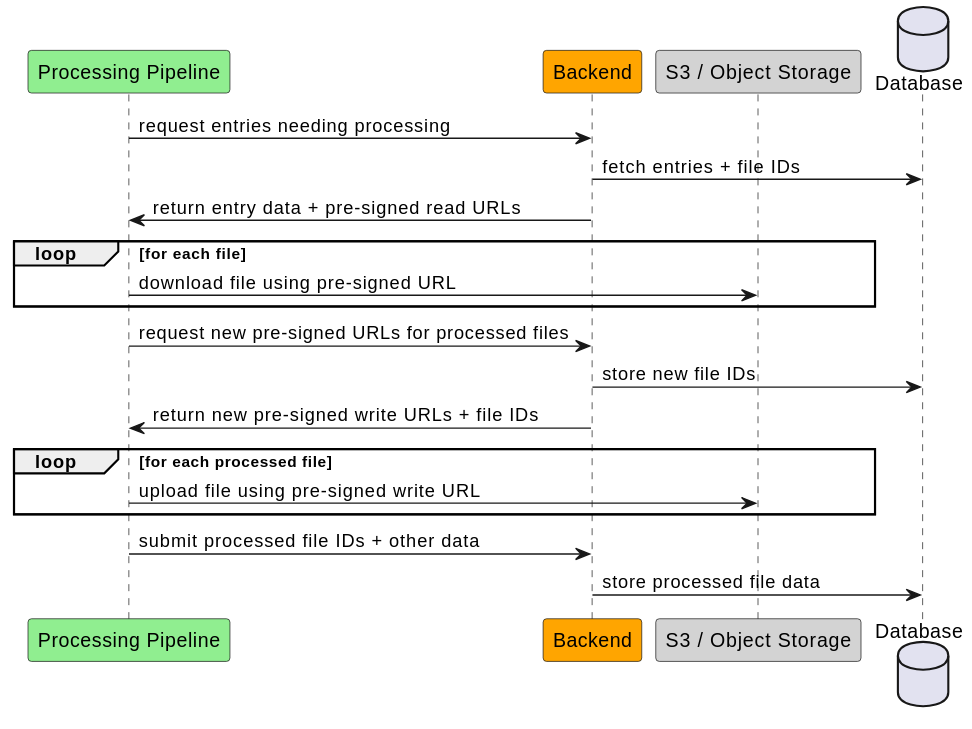
The PlantUML diagram backend/docs/plantuml/sequenceFileSharingPrepro.svg in loculus-project/loculus, before a commit.
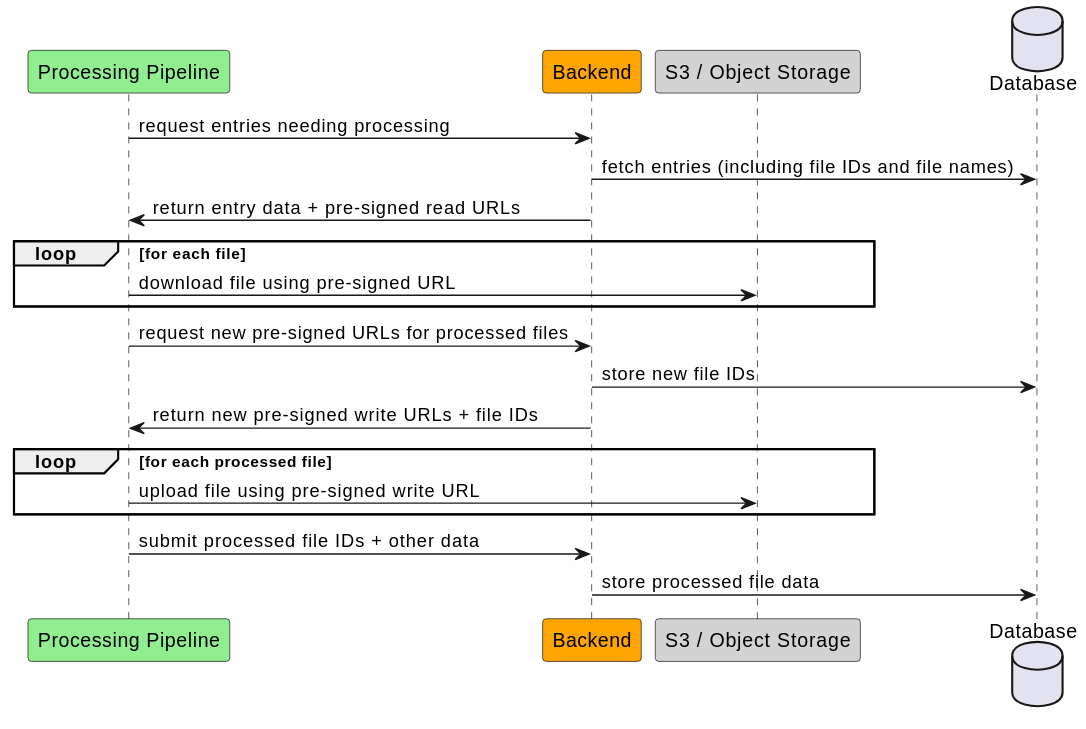
Later version of the same file.

Commit message:
update sequence diagram with better description

Diff of the diagram source:
```diff
@@ -5,7 +5,7 @@
     database "Database" as DB
 
     pipeline -> backend: request entries needing processing
-    backend -> DB: fetch entries + file IDs
+    backend -> DB: fetch entries (including file IDs and file names)
     backend -> pipeline: return entry data + pre-signed read URLs
 
     loop for each file
```
